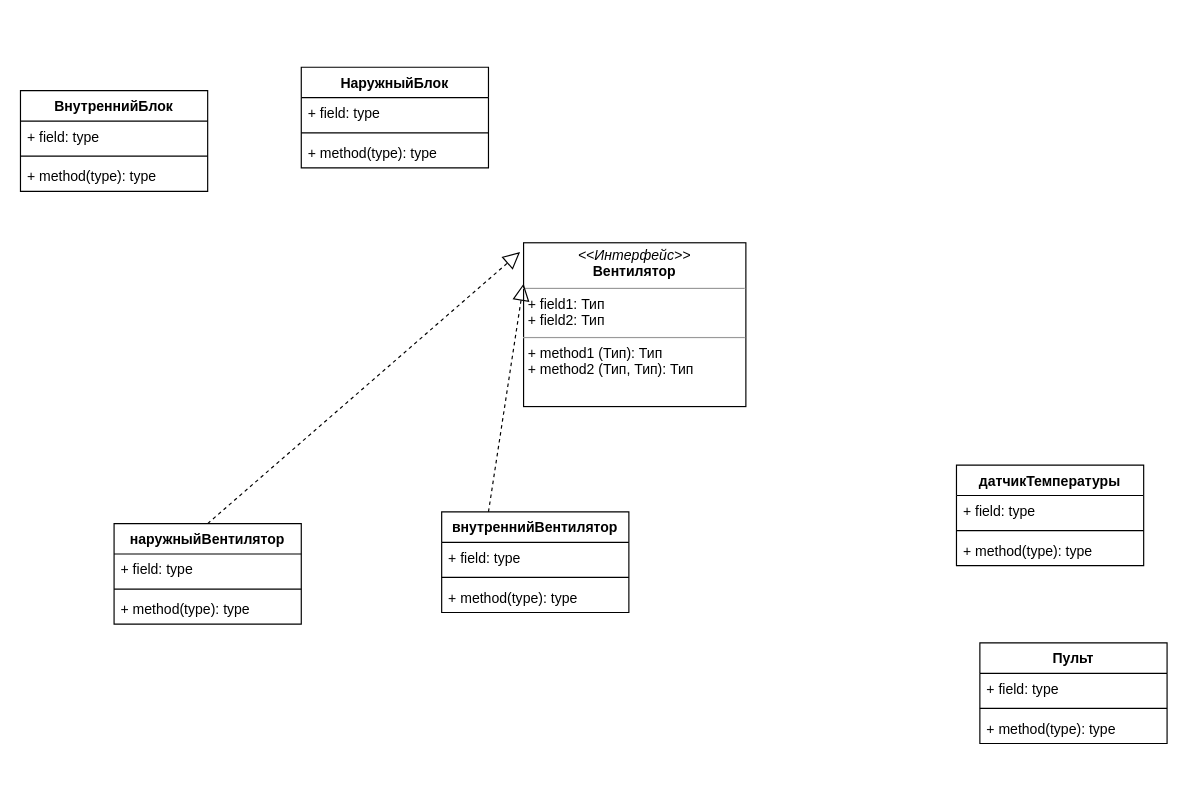
The draw.io diagram Classdiagram.drawio in NikolajGrom/Nik, before the edit. Source tidied: cells renumbered, new cells numbered last; positions are measured from the earlier drawing's top-left corner, leaving out a move shared by most shapes. Both pictures are drawn from the tidied source at 117%, with x=0, y=0 at pixel (20, 67).
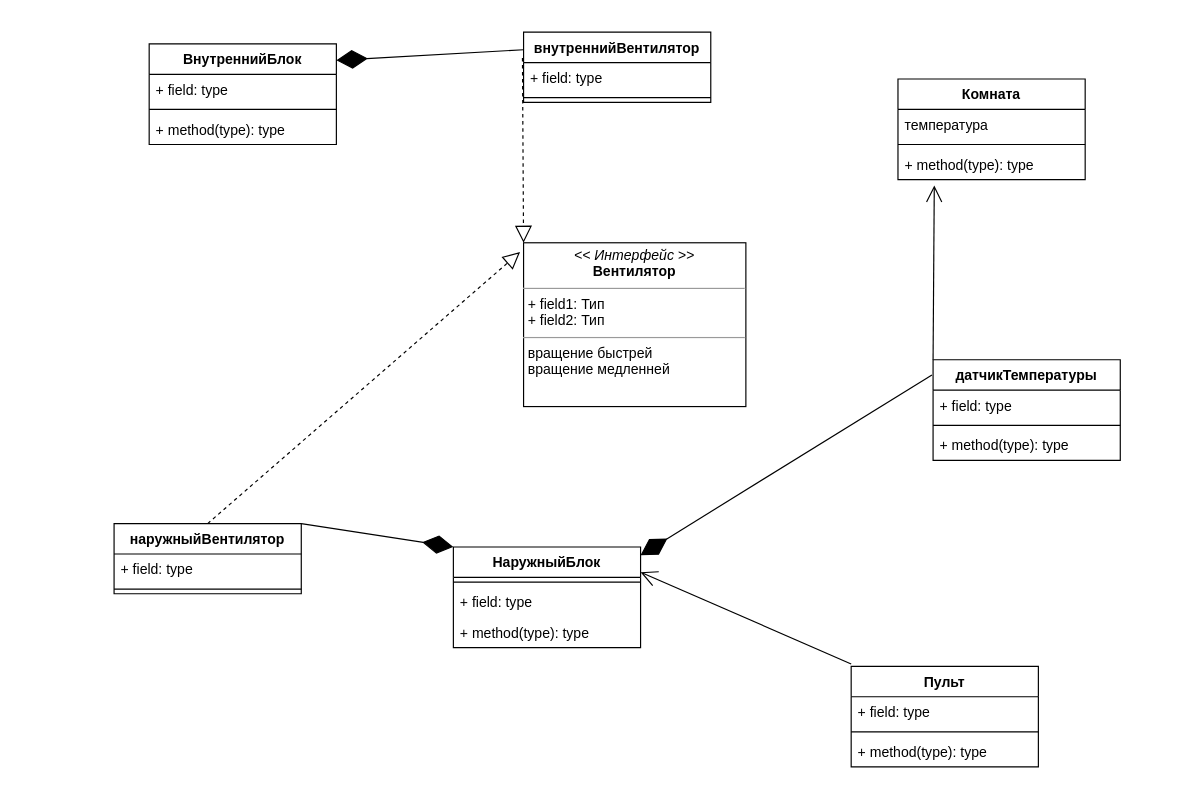
The same page after the edit.

Change to the diagram source:
```diff
@@
     <mxCell id="2" value="внутреннийВентилятор" style="swimlane;fontStyle=1;align=center;verticalAlign=top;horizontal=1;startSize=26;" parent="1" vertex="1">
-      <mxGeometry x="360" y="380" width="160" height="86" as="geometry" />
+      <mxGeometry x="430" y="-30" width="160" height="60" as="geometry" />
     </mxCell>
@@
-    <mxCell id="5" value="+ method(type): type" style="text;strokeColor=none;fillColor=none;align=left;verticalAlign=top;spacingLeft=4;spacingRight=4;overflow=hidden;" parent="2" vertex="1">
-      <mxGeometry y="60" width="160" height="26" as="geometry" />
-    </mxCell>
-    <mxCell id="6" value="&lt;p style=&quot;margin: 0px ; margin-top: 4px ; text-align: center&quot;&gt;&lt;i&gt;&amp;lt;&amp;lt;Интерфейс&amp;gt;&amp;gt; &lt;/i&gt;&lt;br&gt;&lt;b&gt;Вентилятор&lt;/b&gt;&lt;/p&gt;&lt;hr size=&quot;1&quot;&gt;&lt;p style=&quot;margin: 0px ; margin-left: 4px&quot;&gt;+ field1: Тип &lt;br&gt;+ field2: Тип&lt;/p&gt;&lt;hr size=&quot;1&quot;&gt;&lt;p style=&quot;margin: 0px ; margin-left: 4px&quot;&gt;+ method1 (Тип): Тип &lt;br&gt;+ method2 (Тип, Тип): Тип&lt;/p&gt;" style="verticalAlign=top;align=left;overflow=fill;fontSize=12;fontFamily=Helvetica;html=1;" parent="1" vertex="1">
+    <mxCell id="6" value="&lt;p style=&quot;margin: 0px ; margin-top: 4px ; text-align: center&quot;&gt;&lt;i&gt;&amp;lt;&amp;lt; Интерфейс &amp;gt;&amp;gt; &lt;/i&gt;&lt;br&gt;&lt;b&gt;Вентилятор&lt;/b&gt;&lt;/p&gt;&lt;hr size=&quot;1&quot;&gt;&lt;p style=&quot;margin: 0px ; margin-left: 4px&quot;&gt;+ field1: Тип &lt;br&gt;+ field2: Тип&lt;/p&gt;&lt;hr size=&quot;1&quot;&gt;&lt;p style=&quot;margin: 0px ; margin-left: 4px&quot;&gt;&lt;font style=&quot;padding: 0px ; margin: 0px ; vertical-align: inherit&quot;&gt;вращение быстрей&lt;/font&gt;&lt;/p&gt;&lt;p style=&quot;margin: 0px ; margin-left: 4px&quot;&gt;&lt;font style=&quot;padding: 0px ; margin: 0px ; vertical-align: inherit&quot;&gt;вращение медленней&lt;/font&gt;&lt;/p&gt;&lt;div style=&quot;padding: 0px ; margin: 0px&quot;&gt;&lt;br style=&quot;padding: 0px ; margin: 0px&quot;&gt;&lt;/div&gt;&lt;div style=&quot;padding: 0px ; margin: 0px&quot;&gt;&lt;br style=&quot;padding: 0px ; margin: 0px&quot;&gt;&lt;/div&gt;" style="verticalAlign=top;align=left;overflow=fill;fontSize=12;fontFamily=Helvetica;html=1;" parent="1" vertex="1">
       <mxGeometry x="430" y="150" width="190" height="140" as="geometry" />
     </mxCell>
     <mxCell id="7" value="наружныйВентилятор" style="swimlane;fontStyle=1;align=center;verticalAlign=top;horizontal=1;startSize=26;" parent="1" vertex="1">
-      <mxGeometry x="80" y="390" width="160" height="86" as="geometry" />
+      <mxGeometry x="80" y="390" width="160" height="60" as="geometry" />
     </mxCell>
@@
-    <mxCell id="10" value="+ method(type): type" style="text;strokeColor=none;fillColor=none;align=left;verticalAlign=top;spacingLeft=4;spacingRight=4;overflow=hidden;" parent="7" vertex="1">
-      <mxGeometry y="60" width="160" height="26" as="geometry" />
-    </mxCell>
     <mxCell id="11" value="датчикТемпературы" style="swimlane;fontStyle=1;align=center;verticalAlign=top;horizontal=1;startSize=26;" parent="1" vertex="1">
-      <mxGeometry x="800" y="340" width="160" height="86" as="geometry" />
+      <mxGeometry x="780" y="250" width="160" height="86" as="geometry" />
     </mxCell>
@@
     <mxCell id="15" value="Пульт" style="swimlane;fontStyle=1;align=center;verticalAlign=top;horizontal=1;startSize=26;" parent="1" vertex="1">
-      <mxGeometry x="820" y="492" width="160" height="86" as="geometry" />
+      <mxGeometry x="710" y="512" width="160" height="86" as="geometry" />
     </mxCell>
@@
     <mxCell id="19" value="ВнутреннийБлок" style="swimlane;fontStyle=1;align=center;verticalAlign=top;horizontal=1;startSize=26;" parent="1" vertex="1">
-      <mxGeometry y="20" width="160" height="86" as="geometry" />
+      <mxGeometry x="110" y="-20" width="160" height="86" as="geometry" />
     </mxCell>
@@
     <mxCell id="23" value="НаружныйБлок" style="swimlane;fontStyle=1;align=center;verticalAlign=top;horizontal=1;startSize=26;" parent="1" vertex="1">
-      <mxGeometry x="240" width="160" height="86" as="geometry" />
+      <mxGeometry x="370" y="410" width="160" height="86" as="geometry" />
     </mxCell>
+    <mxCell id="25" style="line;strokeWidth=1;fillColor=none;align=left;verticalAlign=middle;spacingTop=-1;spacingLeft=3;spacingRight=3;labelPosition=right;" parent="23" vertex="1">
+      <mxGeometry y="26" width="160" height="8" as="geometry" />
+    </mxCell>
     <mxCell id="24" value="+ field: type" style="text;strokeColor=none;fillColor=none;align=left;verticalAlign=top;spacingLeft=4;spacingRight=4;overflow=hidden;" parent="23" vertex="1">
-      <mxGeometry y="26" width="160" height="26" as="geometry" />
+      <mxGeometry y="34" width="160" height="26" as="geometry" />
     </mxCell>
-    <mxCell id="25" style="line;strokeWidth=1;fillColor=none;align=left;verticalAlign=middle;spacingTop=-1;spacingLeft=3;spacingRight=3;labelPosition=right;" parent="23" vertex="1">
-      <mxGeometry y="52" width="160" height="8" as="geometry" />
-    </mxCell>
@@
-    <mxCell id="28" style="endArrow=block;dashed=1;endFill=0;endSize=12;html=1;exitX=0.25;exitY=0;exitDx=0;exitDy=0;entryX=0;entryY=0.25;entryDx=0;entryDy=0;" parent="1" edge="1" source="2" target="6">
+    <mxCell id="28" style="endArrow=block;dashed=1;endFill=0;endSize=12;html=1;exitX=-0.006;exitY=0.367;exitDx=0;exitDy=0;entryX=0;entryY=0;entryDx=0;entryDy=0;exitPerimeter=0;" parent="1" edge="1" source="2" target="6">
       <mxGeometry relative="1" as="geometry" />
     </mxCell>
+    <mxCell id="29" value="Комната" style="swimlane;fontStyle=1;align=center;verticalAlign=top;horizontal=1;startSize=26;" parent="1" vertex="1">
+      <mxGeometry x="750" y="10" width="160" height="86" as="geometry" />
+    </mxCell>
+    <mxCell id="30" value="температура" style="text;strokeColor=none;fillColor=none;align=left;verticalAlign=top;spacingLeft=4;spacingRight=4;overflow=hidden;" parent="29" vertex="1">
+      <mxGeometry y="26" width="160" height="26" as="geometry" />
+    </mxCell>
+    <mxCell id="31" style="line;strokeWidth=1;fillColor=none;align=left;verticalAlign=middle;spacingTop=-1;spacingLeft=3;spacingRight=3;labelPosition=right;" parent="29" vertex="1">
+      <mxGeometry y="52" width="160" height="8" as="geometry" />
+    </mxCell>
+    <mxCell id="32" value="+ method(type): type" style="text;strokeColor=none;fillColor=none;align=left;verticalAlign=top;spacingLeft=4;spacingRight=4;overflow=hidden;points=[[0,0.5],[1,0.5]];portConstraint=eastwest;" parent="29" vertex="1">
+      <mxGeometry y="60" width="160" height="26" as="geometry" />
+    </mxCell>
+    <mxCell id="33" style="endArrow=diamondThin;endFill=1;endSize=24;html=1;exitX=0;exitY=0.25;exitDx=0;exitDy=0;entryX=1;entryY=0.163;entryDx=0;entryDy=0;entryPerimeter=0;" parent="1" edge="1" source="2" target="19">
+      <mxGeometry relative="1" as="geometry" />
+    </mxCell>
+    <mxCell id="34" style="endArrow=diamondThin;endFill=1;endSize=24;html=1;exitX=1;exitY=0;exitDx=0;exitDy=0;entryX=0;entryY=0;entryDx=0;entryDy=0;" parent="1" edge="1" source="7" target="23">
+      <mxGeometry relative="1" as="geometry" />
+    </mxCell>
+    <mxCell id="35" style="endArrow=open;endFill=1;endSize=12;html=1;exitX=0;exitY=0;exitDx=0;exitDy=0;entryX=0.194;entryY=1.192;entryDx=0;entryDy=0;entryPerimeter=0;" parent="1" edge="1" source="11" target="32">
+      <mxGeometry relative="1" as="geometry" />
+    </mxCell>
+    <mxCell id="36" style="endArrow=diamondThin;endFill=1;endSize=24;html=1;exitX=-0.006;exitY=0.151;exitDx=0;exitDy=0;exitPerimeter=0;entryX=1;entryY=0.081;entryDx=0;entryDy=0;entryPerimeter=0;" parent="1" edge="1" source="11" target="23">
+      <mxGeometry relative="1" as="geometry" />
+    </mxCell>
+    <mxCell id="37" style="endArrow=open;endFill=1;endSize=12;html=1;entryX=1;entryY=0.25;entryDx=0;entryDy=0;" parent="1" edge="1" target="23">
+      <mxGeometry relative="1" as="geometry">
+        <mxPoint x="710" y="510" as="sourcePoint" />
+      </mxGeometry>
+    </mxCell>
```
